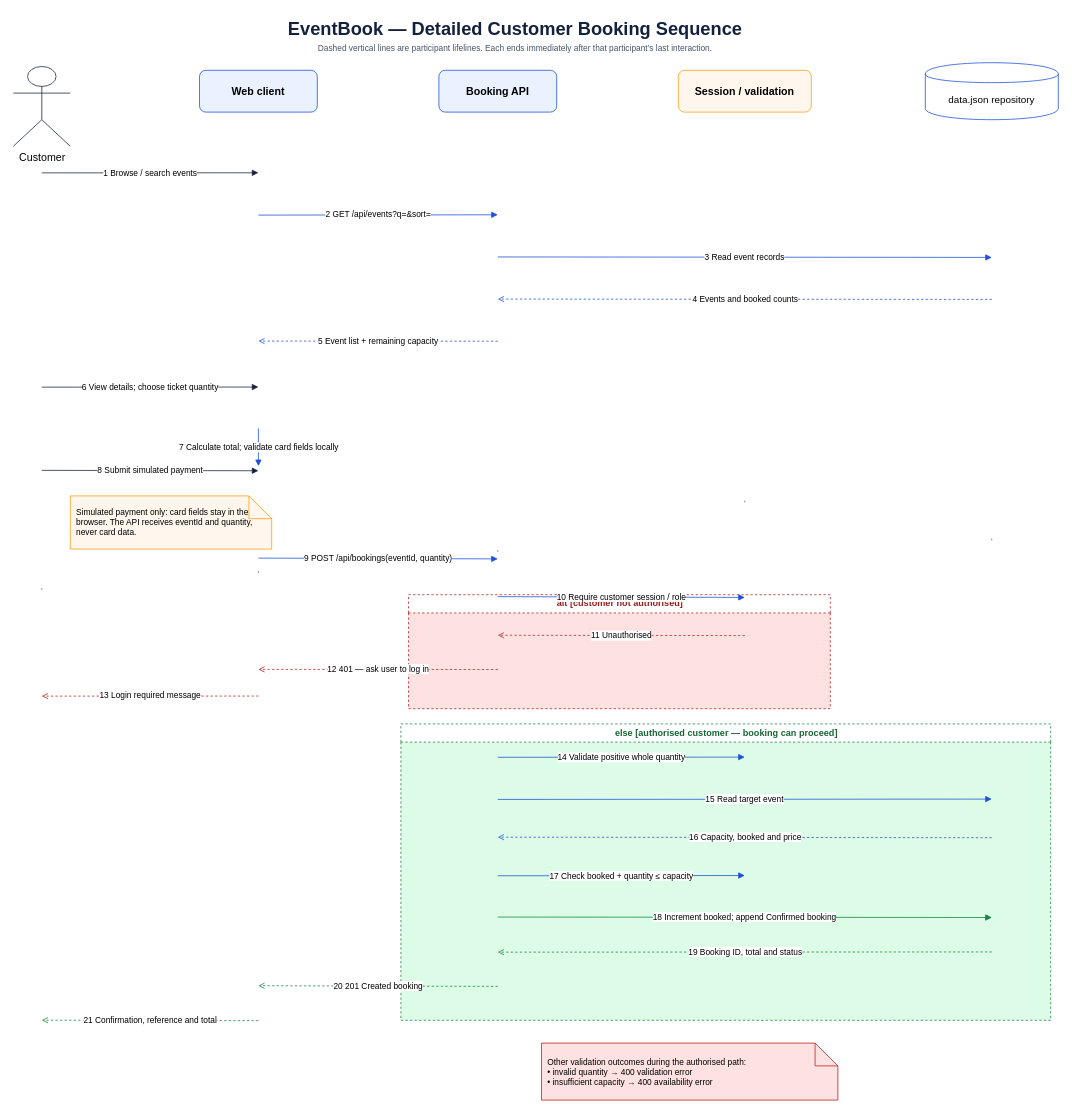
Earlier version of the draw.io diagram docs/drawio/eventbook-booking-sequence.drawio (likhitrajdundigal/event-ticket-booking-system). Source tidied: cells renumbered, new cells numbered last; positions are measured from the earlier drawing's top-left corner, leaving out a move shared by most shapes. Both pictures are drawn from the tidied source at 76%, with x=0, y=0 at pixel (13, 13).
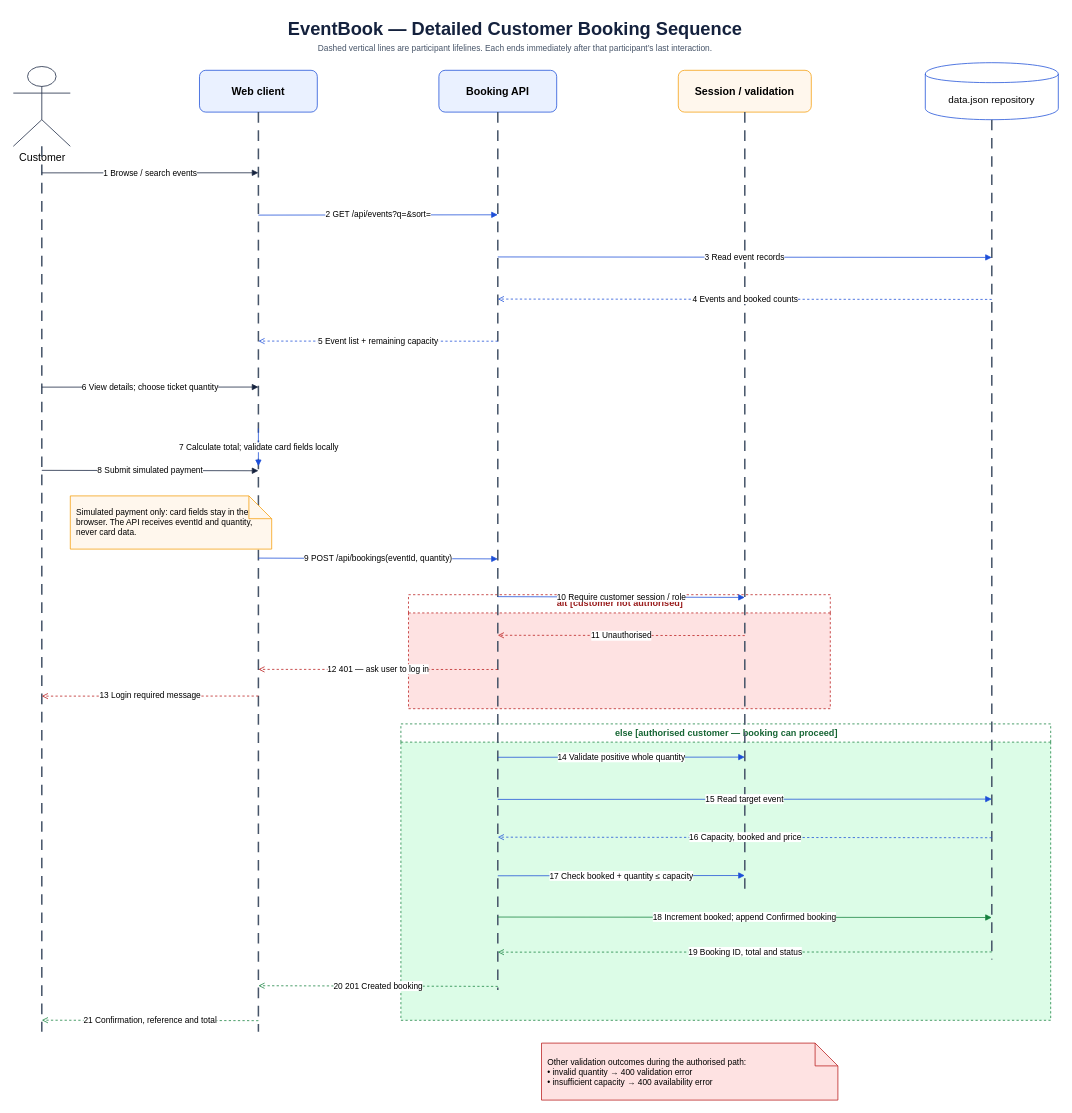
Above is the later version.

Commit message:
docs: render booking sequence lifelines as connectors

The change refers to these unchanged cells:
```xml
<mxCell id="4" value="Customer" style="shape=umlActor;verticalLabelPosition=bottom;verticalAlign=top;html=1;fillColor=#ffffff;strokeColor=#14213d;fontSize=14;" parent="1" vertex="1">
  <mxGeometry y="70" width="75" height="105" as="geometry" />
</mxCell>
<mxCell id="5" value="Web client" style="rounded=1;whiteSpace=wrap;html=1;fillColor=#eaf1ff;strokeColor=#1d4ed8;fontSize=14;fontStyle=1;align=center;" parent="1" vertex="1">
  <mxGeometry x="245" y="75" width="155" height="55" as="geometry" />
</mxCell>
<mxCell id="6" value="Booking API" style="rounded=1;whiteSpace=wrap;html=1;fillColor=#eaf1ff;strokeColor=#1d4ed8;fontSize=14;fontStyle=1;align=center;" parent="1" vertex="1">
  <mxGeometry x="560" y="75" width="155" height="55" as="geometry" />
</mxCell>
<mxCell id="7" value="Session / validation" style="rounded=1;whiteSpace=wrap;html=1;fillColor=#fff7ed;strokeColor=#f59e0b;fontSize=14;fontStyle=1;align=center;" parent="1" vertex="1">
  <mxGeometry x="875" y="75" width="175" height="55" as="geometry" />
</mxCell>
<mxCell id="8" value="data.json repository" style="shape=cylinder;whiteSpace=wrap;html=1;boundedLbl=1;backgroundOutline=1;fillColor=#ffffff;strokeColor=#1d4ed8;fontSize=13;align=center;" parent="1" vertex="1">
  <mxGeometry x="1200" y="65" width="175" height="75" as="geometry" />
</mxCell>
```

What changed in the source:
```diff
@@
-    <mxCell id="11" style="shape=line;dashed=1;dashPattern=7 5;strokeColor=#475569;strokeWidth=2;" parent="1" vertex="1">
+    <mxCell id="11" style="fillColor=none;strokeColor=none;fillOpacity=0;strokeOpacity=0;opacity=0;" parent="1" vertex="1">
       <mxGeometry x="37" y="175" width="1" height="1165" as="geometry" />
     </mxCell>
-    <mxCell id="12" style="shape=line;dashed=1;dashPattern=7 5;strokeColor=#475569;strokeWidth=2;" parent="1" vertex="1">
+    <mxCell id="12" style="fillColor=none;strokeColor=none;fillOpacity=0;strokeOpacity=0;opacity=0;" parent="1" vertex="1">
       <mxGeometry x="322" y="130" width="1" height="1210" as="geometry" />
     </mxCell>
-    <mxCell id="13" style="shape=line;dashed=1;dashPattern=7 5;strokeColor=#475569;strokeWidth=2;" parent="1" vertex="1">
+    <mxCell id="13" style="fillColor=none;strokeColor=none;fillOpacity=0;strokeOpacity=0;opacity=0;" parent="1" vertex="1">
       <mxGeometry x="637" y="130" width="1" height="1155" as="geometry" />
     </mxCell>
-    <mxCell id="14" style="shape=line;dashed=1;dashPattern=7 5;strokeColor=#475569;strokeWidth=2;" parent="1" vertex="1">
+    <mxCell id="14" style="fillColor=none;strokeColor=none;fillOpacity=0;strokeOpacity=0;opacity=0;" parent="1" vertex="1">
       <mxGeometry x="962" y="130" width="1" height="1025" as="geometry" />
     </mxCell>
-    <mxCell id="15" style="shape=line;dashed=1;dashPattern=7 5;strokeColor=#475569;strokeWidth=2;" parent="1" vertex="1">
+    <mxCell id="15" style="fillColor=none;strokeColor=none;fillOpacity=0;strokeOpacity=0;opacity=0;" parent="1" vertex="1">
       <mxGeometry x="1287" y="140" width="1" height="1105" as="geometry" />
     </mxCell>
+    <mxCell id="39" style="endArrow=none;startArrow=none;dashed=1;dashPattern=7 5;strokeColor=#475569;strokeWidth=2;exitX=0.5;exitY=1;exitPerimeter=0;entryX=0.5;entryY=1;entryPerimeter=0;" parent="1" edge="1" source="4" target="11">
+      <mxGeometry relative="1" as="geometry" />
+    </mxCell>
+    <mxCell id="40" style="endArrow=none;startArrow=none;dashed=1;dashPattern=7 5;strokeColor=#475569;strokeWidth=2;exitX=0.5;exitY=1;exitPerimeter=0;entryX=0.5;entryY=1;entryPerimeter=0;" parent="1" edge="1" source="5" target="12">
+      <mxGeometry relative="1" as="geometry" />
+    </mxCell>
+    <mxCell id="41" style="endArrow=none;startArrow=none;dashed=1;dashPattern=7 5;strokeColor=#475569;strokeWidth=2;exitX=0.5;exitY=1;exitPerimeter=0;entryX=0.5;entryY=1;entryPerimeter=0;" parent="1" edge="1" source="6" target="13">
+      <mxGeometry relative="1" as="geometry" />
+    </mxCell>
+    <mxCell id="42" style="endArrow=none;startArrow=none;dashed=1;dashPattern=7 5;strokeColor=#475569;strokeWidth=2;exitX=0.5;exitY=1;exitPerimeter=0;entryX=0.5;entryY=1;entryPerimeter=0;" parent="1" edge="1" source="7" target="14">
+      <mxGeometry relative="1" as="geometry" />
+    </mxCell>
+    <mxCell id="43" style="endArrow=none;startArrow=none;dashed=1;dashPattern=7 5;strokeColor=#475569;strokeWidth=2;exitX=0.5;exitY=1;exitPerimeter=0;entryX=0.5;entryY=1;entryPerimeter=0;" parent="1" edge="1" source="8" target="15">
+      <mxGeometry relative="1" as="geometry" />
+    </mxCell>
```
